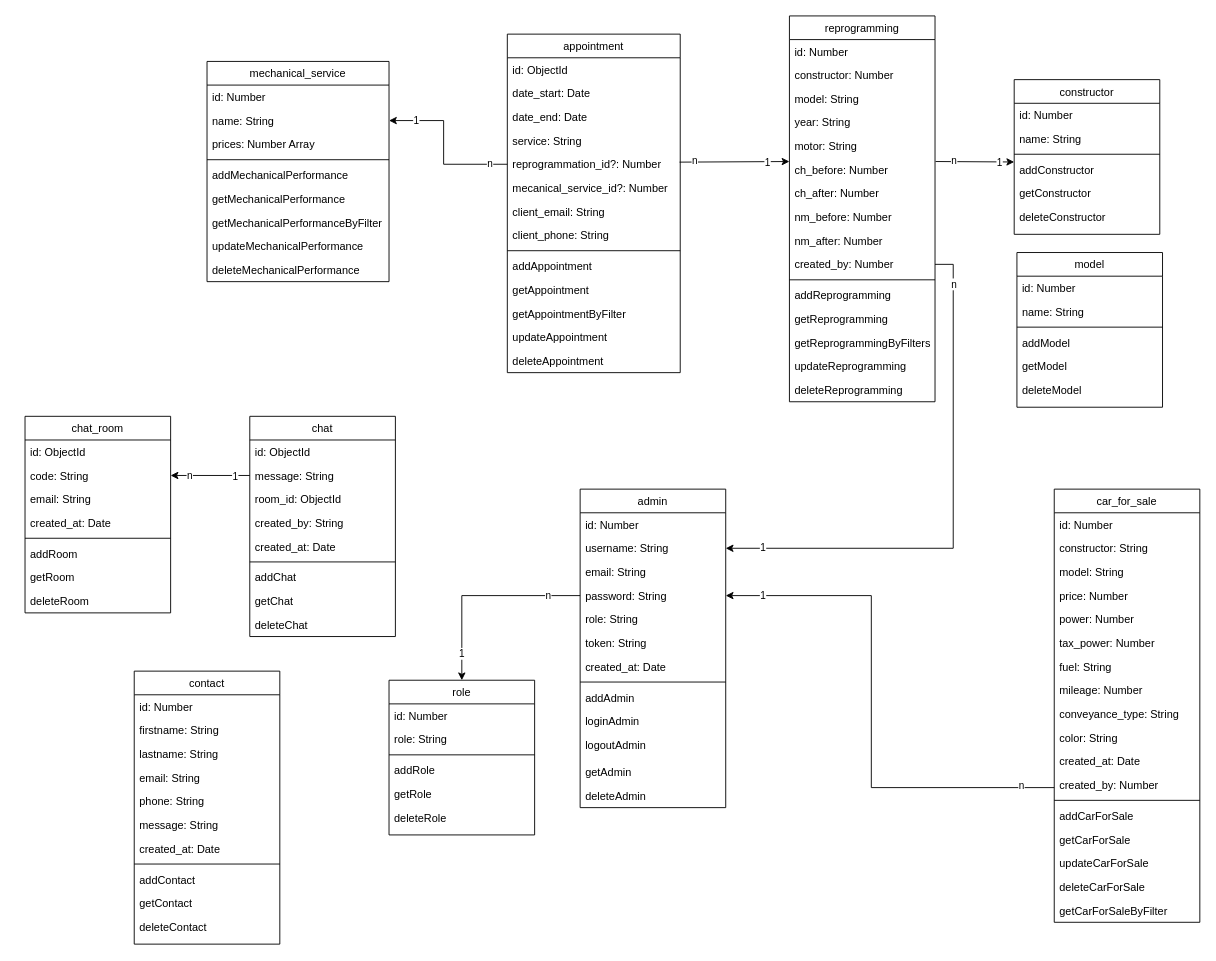
Above: documentation/hephaistos-MCD.drawio in nsevendev/hephaistos (draw.io), before the change. Source tidied: cells renumbered, new cells numbered last; positions are measured from the earlier drawing's top-left corner, leaving out a move shared by most shapes. Both pictures are drawn from the tidied source at 91%, with x=0, y=0 at pixel (25, 15).
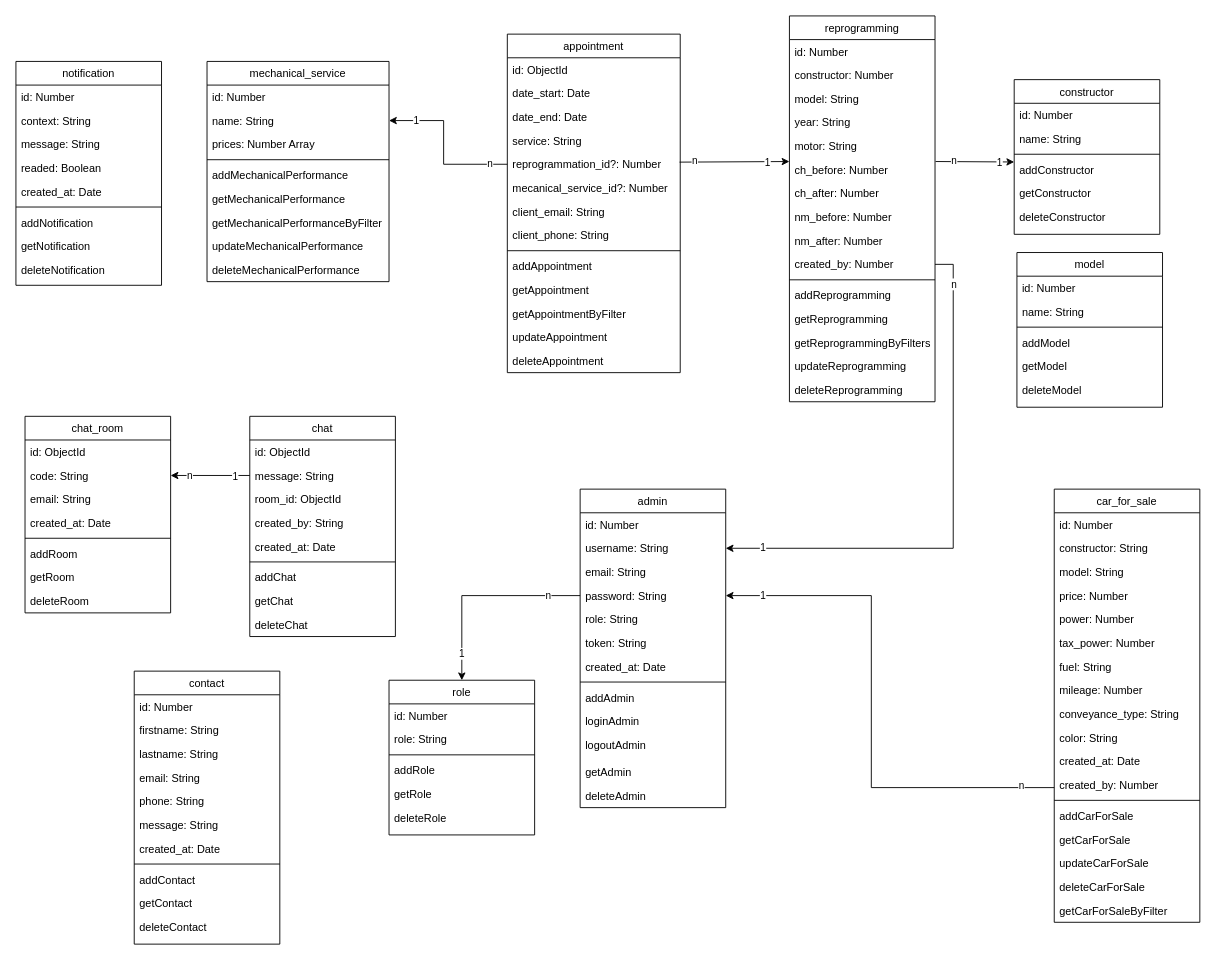
The same diagram, later.

Commit message:
Création table notification

Change to the diagram source:
```diff
@@
+    <mxCell id="150" value="notification" style="swimlane;fontStyle=0;align=center;verticalAlign=top;horizontal=1;startSize=26;rounded=0;shadow=0;strokeWidth=1;" parent="1" vertex="1">
+      <mxGeometry x="-10" y="50" width="160" height="246" as="geometry" />
+    </mxCell>
+    <mxCell id="151" value="id: Number" style="text;align=left;verticalAlign=top;spacingLeft=4;spacingRight=4;overflow=hidden;rounded=0;shadow=0;html=0;" parent="150" vertex="1">
+      <mxGeometry y="26" width="160" height="26" as="geometry" />
+    </mxCell>
+    <mxCell id="152" value="context: String" style="text;align=left;verticalAlign=top;spacingLeft=4;spacingRight=4;overflow=hidden;" parent="150" vertex="1">
+      <mxGeometry y="52" width="160" height="26" as="geometry" />
+    </mxCell>
+    <mxCell id="153" value="message: String" style="text;align=left;verticalAlign=top;spacingLeft=4;spacingRight=4;overflow=hidden;" parent="150" vertex="1">
+      <mxGeometry y="78" width="160" height="26" as="geometry" />
+    </mxCell>
+    <mxCell id="154" value="readed: Boolean" style="text;align=left;verticalAlign=top;spacingLeft=4;spacingRight=4;overflow=hidden;" parent="150" vertex="1">
+      <mxGeometry y="104" width="160" height="26" as="geometry" />
+    </mxCell>
+    <mxCell id="155" value="created_at: Date" style="text;align=left;verticalAlign=top;spacingLeft=4;spacingRight=4;overflow=hidden;" parent="150" vertex="1">
+      <mxGeometry y="130" width="160" height="26" as="geometry" />
+    </mxCell>
+    <mxCell id="156" style="line;html=1;strokeWidth=1;align=left;verticalAlign=middle;spacingTop=-1;spacingLeft=3;spacingRight=3;labelPosition=right;" parent="150" vertex="1">
+      <mxGeometry y="156" width="160" height="8" as="geometry" />
+    </mxCell>
+    <mxCell id="157" value="addNotification" style="text;align=left;verticalAlign=top;spacingLeft=4;spacingRight=4;overflow=hidden;" parent="150" vertex="1">
+      <mxGeometry y="164" width="160" height="26" as="geometry" />
+    </mxCell>
+    <mxCell id="158" value="getNotification" style="text;align=left;verticalAlign=top;spacingLeft=4;spacingRight=4;overflow=hidden;" parent="150" vertex="1">
+      <mxGeometry y="190" width="160" height="26" as="geometry" />
+    </mxCell>
+    <mxCell id="159" value="deleteNotification" style="text;align=left;verticalAlign=top;spacingLeft=4;spacingRight=4;overflow=hidden;" parent="150" vertex="1">
+      <mxGeometry y="216" width="160" height="30" as="geometry" />
+    </mxCell>
```
